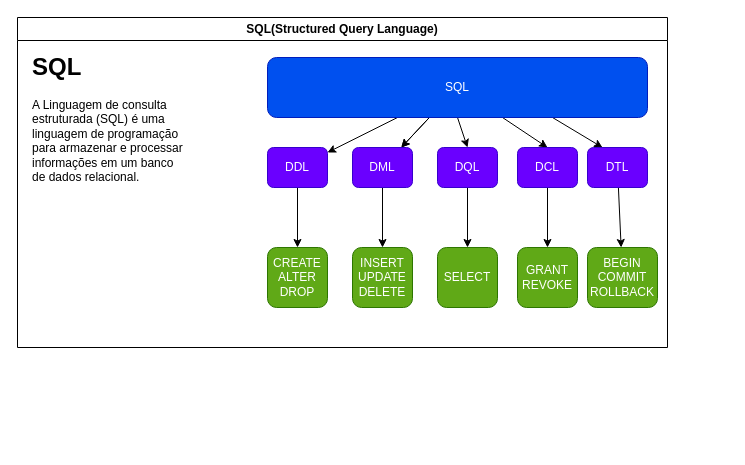
The draw.io diagram aulas/01/SQL.drawIO in Gui94Siqueira/Banco-Dados-Senac, before the edit. Source tidied: cells renumbered, new cells numbered last; positions are measured from the earlier drawing's top-left corner, leaving out a move shared by most shapes. Both pictures are drawn from the tidied source at 100%, with x=0, y=0 at pixel (17, 17).
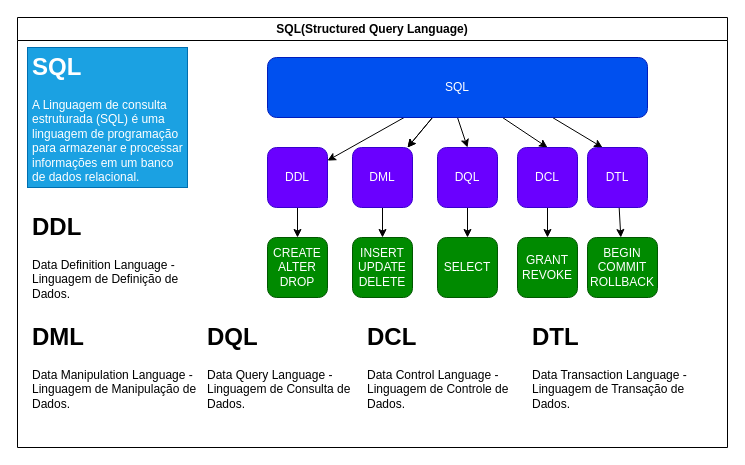
The same diagram, later.

Commit message (it also covers changes not shown here):
Aula 02 diagrama biblioteca

What changed in the source:
```diff
@@
     <mxCell id="2" value="SQL(Structured Query Language)" style="swimlane;whiteSpace=wrap;html=1;" parent="1" vertex="1">
-      <mxGeometry width="650" height="330" as="geometry" />
+      <mxGeometry width="710" height="430" as="geometry" />
     </mxCell>
-    <mxCell id="3" value="&lt;h1&gt;SQL&lt;/h1&gt;&lt;p&gt;A Linguagem de consulta estruturada (SQL) é uma linguagem de programação para armazenar e processar informações em um banco de dados relacional.&lt;/p&gt;" style="text;html=1;strokeColor=none;fillColor=none;spacing=5;spacingTop=-20;whiteSpace=wrap;overflow=hidden;rounded=0;" parent="2" vertex="1">
+    <mxCell id="3" value="&lt;h1&gt;SQL&lt;/h1&gt;&lt;p&gt;A Linguagem de consulta estruturada (SQL) é uma linguagem de programação para armazenar e processar informações em um banco de dados relacional.&lt;/p&gt;" style="text;html=1;strokeColor=#006EAF;fillColor=#1ba1e2;spacing=5;spacingTop=-20;whiteSpace=wrap;overflow=hidden;rounded=0;fontColor=#ffffff;" parent="2" vertex="1">
       <mxGeometry x="10" y="30" width="160" height="140" as="geometry" />
     </mxCell>
@@
+    <mxCell id="13" style="edgeStyle=none;html=1;" parent="2" edge="1" source="12" target="22">
+      <mxGeometry relative="1" as="geometry" />
+    </mxCell>
+    <mxCell id="12" value="DDL" style="rounded=1;whiteSpace=wrap;html=1;fillColor=#6a00ff;strokeColor=#3700CC;fontColor=#ffffff;" parent="2" vertex="1">
+      <mxGeometry x="250" y="130" width="60" height="60" as="geometry" />
+    </mxCell>
+    <mxCell id="15" style="edgeStyle=none;html=1;" parent="2" edge="1" source="14" target="23">
+      <mxGeometry relative="1" as="geometry" />
+    </mxCell>
+    <mxCell id="14" value="DML" style="rounded=1;whiteSpace=wrap;html=1;fillColor=#6a00ff;strokeColor=#3700CC;fontColor=#ffffff;" parent="2" vertex="1">
+      <mxGeometry x="335" y="130" width="60" height="60" as="geometry" />
+    </mxCell>
-    <mxCell id="11" style="edgeStyle=none;html=1;" parent="2" edge="1" source="12" target="21">
+    <mxCell id="11" style="edgeStyle=none;html=1;" parent="2" edge="1" source="16" target="21">
       <mxGeometry relative="1" as="geometry" />
     </mxCell>
-    <mxCell id="12" value="DDL" style="rounded=1;whiteSpace=wrap;html=1;fillColor=#6a00ff;strokeColor=#3700CC;fontColor=#ffffff;" parent="2" vertex="1">
-      <mxGeometry x="250" y="130" width="60" height="40" as="geometry" />
-    </mxCell>
-    <mxCell id="13" style="edgeStyle=none;html=1;" parent="2" edge="1" source="14" target="22">
-      <mxGeometry relative="1" as="geometry" />
-    </mxCell>
-    <mxCell id="14" value="DML" style="rounded=1;whiteSpace=wrap;html=1;fillColor=#6a00ff;strokeColor=#3700CC;fontColor=#ffffff;" parent="2" vertex="1">
-      <mxGeometry x="335" y="130" width="60" height="40" as="geometry" />
-    </mxCell>
-    <mxCell id="15" style="edgeStyle=none;html=1;" parent="2" edge="1" source="16" target="23">
-      <mxGeometry relative="1" as="geometry" />
-    </mxCell>
     <mxCell id="16" value="DQL" style="rounded=1;whiteSpace=wrap;html=1;fillColor=#6a00ff;strokeColor=#3700CC;fontColor=#ffffff;" parent="2" vertex="1">
-      <mxGeometry x="420" y="130" width="60" height="40" as="geometry" />
+      <mxGeometry x="420" y="130" width="60" height="60" as="geometry" />
     </mxCell>
@@
     <mxCell id="18" value="DCL" style="rounded=1;whiteSpace=wrap;html=1;fillColor=#6a00ff;strokeColor=#3700CC;fontColor=#ffffff;" parent="2" vertex="1">
-      <mxGeometry x="500" y="130" width="60" height="40" as="geometry" />
+      <mxGeometry x="500" y="130" width="60" height="60" as="geometry" />
     </mxCell>
@@
     <mxCell id="20" value="DTL" style="rounded=1;whiteSpace=wrap;html=1;fillColor=#6a00ff;strokeColor=#3700CC;fontColor=#ffffff;" parent="2" vertex="1">
-      <mxGeometry x="570" y="130" width="60" height="40" as="geometry" />
+      <mxGeometry x="570" y="130" width="60" height="60" as="geometry" />
     </mxCell>
-    <mxCell id="21" value="CREATE&lt;br&gt;ALTER&lt;br&gt;DROP" style="rounded=1;whiteSpace=wrap;html=1;fillColor=#60a917;strokeColor=#2D7600;fontColor=#ffffff;" parent="2" vertex="1">
-      <mxGeometry x="250" y="230" width="60" height="60" as="geometry" />
+    <mxCell id="21" value="SELECT" style="rounded=1;whiteSpace=wrap;html=1;fillColor=#008a00;strokeColor=#005700;fontColor=#ffffff;" parent="2" vertex="1">
+      <mxGeometry x="420" y="220" width="60" height="60" as="geometry" />
     </mxCell>
-    <mxCell id="22" value="INSERT UPDATE&lt;br&gt;DELETE" style="rounded=1;whiteSpace=wrap;html=1;fillColor=#60a917;strokeColor=#2D7600;fontColor=#ffffff;" parent="2" vertex="1">
-      <mxGeometry x="335" y="230" width="60" height="60" as="geometry" />
+    <mxCell id="22" value="CREATE&lt;br&gt;ALTER&lt;br&gt;DROP" style="rounded=1;whiteSpace=wrap;html=1;fillColor=#008a00;strokeColor=#005700;fontColor=#ffffff;" parent="2" vertex="1">
+      <mxGeometry x="250" y="220" width="60" height="60" as="geometry" />
     </mxCell>
-    <mxCell id="23" value="SELECT" style="rounded=1;whiteSpace=wrap;html=1;fillColor=#60a917;strokeColor=#2D7600;fontColor=#ffffff;" parent="2" vertex="1">
-      <mxGeometry x="420" y="230" width="60" height="60" as="geometry" />
+    <mxCell id="23" value="INSERT&lt;br&gt;UPDATE&lt;br&gt;DELETE" style="rounded=1;whiteSpace=wrap;html=1;fillColor=#008a00;strokeColor=#005700;fontColor=#ffffff;" parent="2" vertex="1">
+      <mxGeometry x="335" y="220" width="60" height="60" as="geometry" />
     </mxCell>
-    <mxCell id="24" value="GRANT&lt;br&gt;REVOKE" style="rounded=1;whiteSpace=wrap;html=1;fillColor=#60a917;strokeColor=#2D7600;fontColor=#ffffff;" parent="2" vertex="1">
-      <mxGeometry x="500" y="230" width="60" height="60" as="geometry" />
+    <mxCell id="24" value="GRANT&lt;br&gt;REVOKE" style="rounded=1;whiteSpace=wrap;html=1;fillColor=#008a00;strokeColor=#005700;fontColor=#ffffff;" parent="2" vertex="1">
+      <mxGeometry x="500" y="220" width="60" height="60" as="geometry" />
     </mxCell>
-    <mxCell id="25" value="BEGIN&lt;br&gt;COMMIT&lt;br&gt;ROLLBACK" style="rounded=1;whiteSpace=wrap;html=1;fillColor=#60a917;strokeColor=#2D7600;fontColor=#ffffff;" parent="2" vertex="1">
-      <mxGeometry x="570" y="230" width="70" height="60" as="geometry" />
+    <mxCell id="25" value="BEGIN&lt;br&gt;COMMIT&lt;br&gt;ROLLBACK" style="rounded=1;whiteSpace=wrap;html=1;fillColor=#008a00;strokeColor=#005700;fontColor=#ffffff;" parent="2" vertex="1">
+      <mxGeometry x="570" y="220" width="70" height="60" as="geometry" />
     </mxCell>
+    <mxCell id="26" value="&lt;h1&gt;DDL&lt;/h1&gt;&lt;p&gt;Data Definition Language - Linguagem de Definição de Dados.&lt;/p&gt;" style="text;html=1;strokeColor=none;fillColor=none;spacing=5;spacingTop=-20;whiteSpace=wrap;overflow=hidden;rounded=0;" parent="2" vertex="1">
+      <mxGeometry x="10" y="190" width="190" height="120" as="geometry" />
+    </mxCell>
+    <mxCell id="27" value="&lt;h1&gt;DML&lt;/h1&gt;&lt;p&gt;Data Manipulation Language - Linguagem de Manipulação de Dados.&lt;/p&gt;" style="text;html=1;strokeColor=none;fillColor=none;spacing=5;spacingTop=-20;whiteSpace=wrap;overflow=hidden;rounded=0;" parent="2" vertex="1">
+      <mxGeometry x="10" y="300" width="190" height="120" as="geometry" />
+    </mxCell>
+    <mxCell id="28" value="&lt;h1&gt;DQL&lt;/h1&gt;&lt;p&gt;Data Query Language - Linguagem de Consulta de Dados.&lt;/p&gt;" style="text;html=1;strokeColor=none;fillColor=none;spacing=5;spacingTop=-20;whiteSpace=wrap;overflow=hidden;rounded=0;" parent="2" vertex="1">
+      <mxGeometry x="185" y="300" width="190" height="120" as="geometry" />
+    </mxCell>
+    <mxCell id="29" value="&lt;h1&gt;DCL&lt;/h1&gt;&lt;p&gt;Data Control Language - Linguagem de Controle de Dados.&lt;/p&gt;" style="text;html=1;strokeColor=none;fillColor=none;spacing=5;spacingTop=-20;whiteSpace=wrap;overflow=hidden;rounded=0;" parent="2" vertex="1">
+      <mxGeometry x="345" y="300" width="190" height="120" as="geometry" />
+    </mxCell>
+    <mxCell id="30" value="&lt;h1&gt;DTL&lt;/h1&gt;&lt;p&gt;Data Transaction Language - Linguagem de Transação de Dados.&lt;/p&gt;" style="text;html=1;strokeColor=none;fillColor=none;spacing=5;spacingTop=-20;whiteSpace=wrap;overflow=hidden;rounded=0;" parent="2" vertex="1">
+      <mxGeometry x="510" y="300" width="190" height="120" as="geometry" />
+    </mxCell>
```
